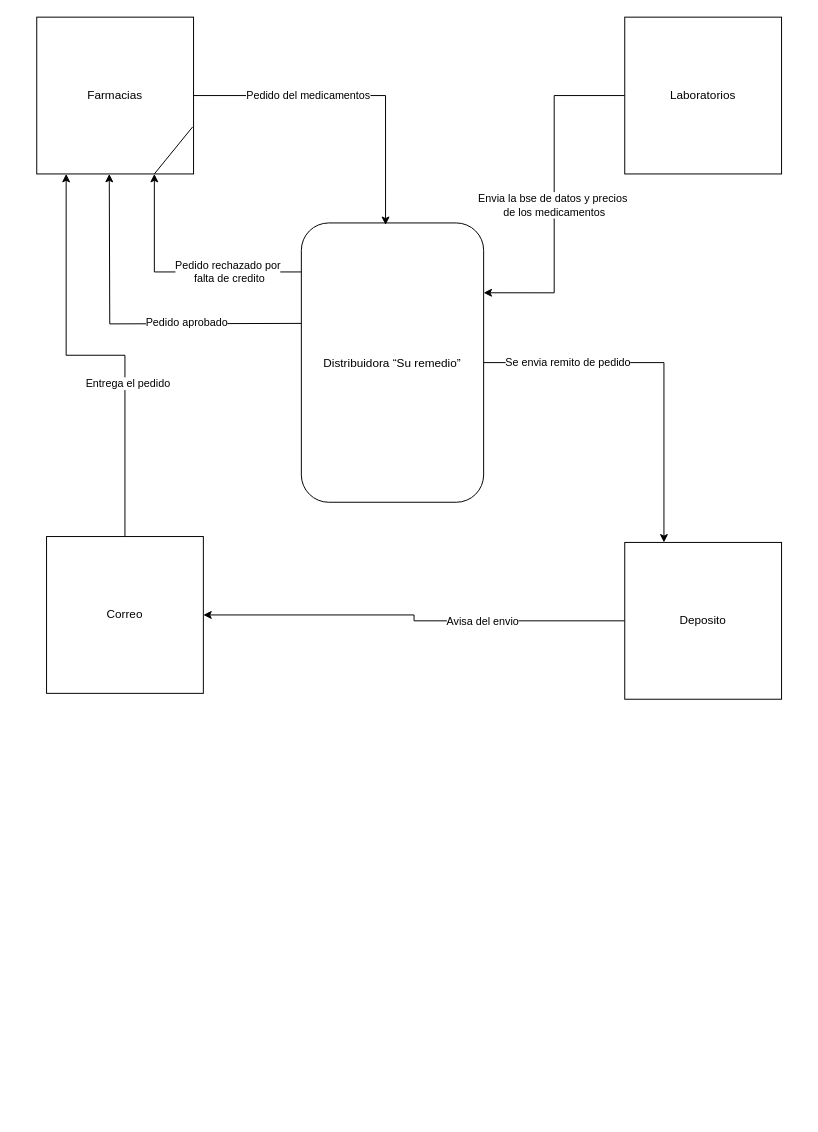
Before: Diagrama sin título.drawio in LucasDiBs/DFD, a draw.io diagram. Source tidied: cells renumbered, new cells numbered last; positions are measured from the earlier drawing's top-left corner, leaving out a move shared by most shapes. Both pictures are drawn from the tidied source at 98%, with x=0, y=0 at pixel (36, 17).
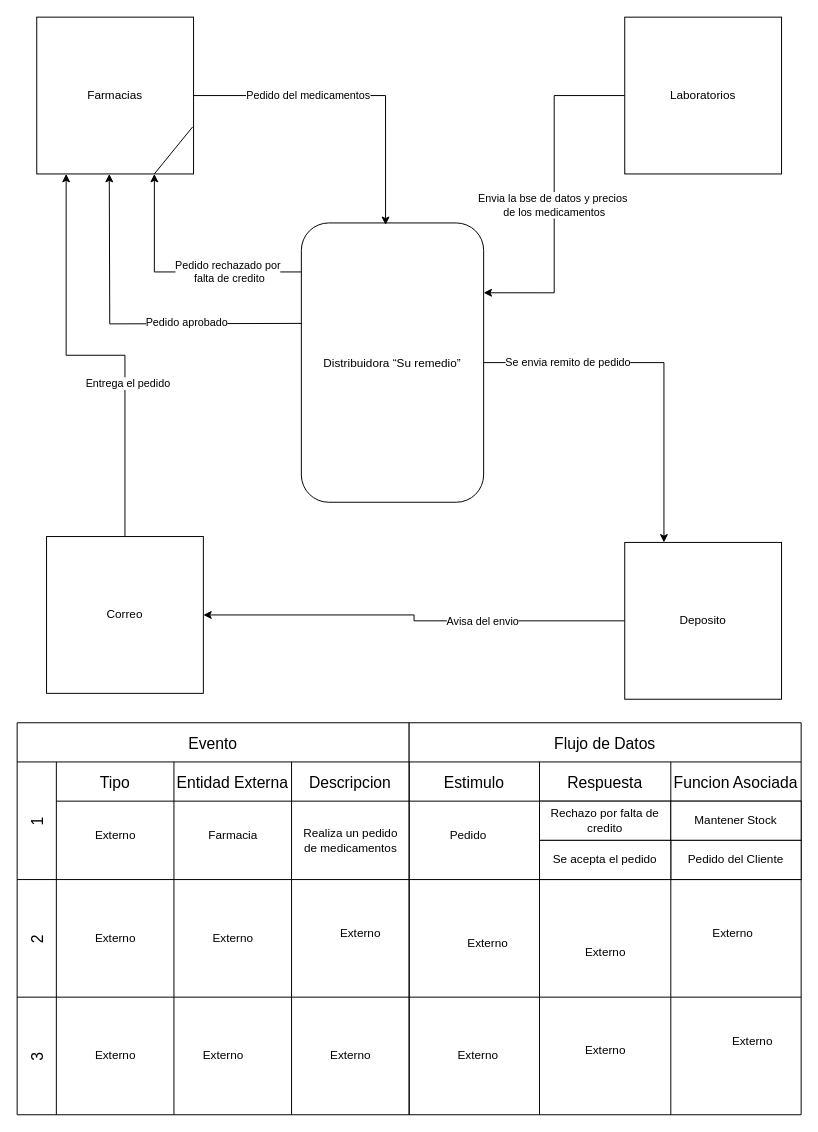
The same page after the edit.

What changed in the source:
```diff
@@
+    <mxCell id="23" value="Evento" style="shape=table;childLayout=tableLayout;startSize=40;fontSize=16;" parent="1" vertex="1">
+      <mxGeometry x="-20" y="720" width="400" height="400" as="geometry" />
+    </mxCell>
+    <mxCell id="24" value="1" style="shape=tableRow;horizontal=0;swimlaneHead=0;swimlaneBody=0;top=0;left=0;strokeColor=inherit;bottom=0;right=0;fontStyle=0;fillColor=none;startSize=40;fontSize=16;" parent="23" vertex="1">
+      <mxGeometry y="40" width="400" height="120" as="geometry" />
+    </mxCell>
+    <mxCell id="25" value="Tipo" style="swimlane;swimlaneHead=0;swimlaneBody=0;fontStyle=0;strokeColor=inherit;fillColor=none;startSize=40;fontSize=16;" parent="24" vertex="1">
+      <mxGeometry x="40" width="120" height="120" as="geometry" />
+    </mxCell>
+    <mxCell id="26" value="Externo" style="text;html=1;align=center;verticalAlign=middle;strokeColor=none;fillColor=none;" parent="25" vertex="1">
+      <mxGeometry x="30" y="60" width="60" height="30" as="geometry" />
+    </mxCell>
+    <mxCell id="27" value="Entidad Externa" style="swimlane;swimlaneHead=0;swimlaneBody=0;fontStyle=0;strokeColor=inherit;fillColor=none;startSize=40;fontSize=16;" parent="24" vertex="1">
+      <mxGeometry x="160" width="120" height="120" as="geometry" />
+    </mxCell>
+    <mxCell id="28" value="Farmacia" style="text;html=1;align=center;verticalAlign=middle;strokeColor=none;fillColor=none;" parent="27" vertex="1">
+      <mxGeometry x="25" y="60" width="70" height="30" as="geometry" />
+    </mxCell>
+    <mxCell id="29" value="Descripcion" style="swimlane;swimlaneHead=0;swimlaneBody=0;fontStyle=0;strokeColor=inherit;fillColor=none;startSize=40;fontSize=16;" parent="24" vertex="1">
+      <mxGeometry x="280" width="120" height="120" as="geometry" />
+    </mxCell>
+    <mxCell id="30" value="Realiza un pedido&lt;div&gt;de&amp;nbsp;&lt;span style=&quot;background-color: initial;&quot;&gt;medicamentos&lt;/span&gt;&lt;/div&gt;" style="text;html=1;align=center;verticalAlign=middle;strokeColor=none;fillColor=none;" parent="29" vertex="1">
+      <mxGeometry y="60" width="120" height="40" as="geometry" />
+    </mxCell>
+    <mxCell id="31" value="2" style="shape=tableRow;horizontal=0;swimlaneHead=0;swimlaneBody=0;top=0;left=0;strokeColor=inherit;bottom=0;right=0;fontStyle=0;fillColor=none;startSize=40;fontSize=16;" parent="23" vertex="1">
+      <mxGeometry y="160" width="400" height="120" as="geometry" />
+    </mxCell>
+    <mxCell id="32" style="swimlane;swimlaneHead=0;swimlaneBody=0;fontStyle=0;strokeColor=inherit;fillColor=none;startSize=0;fontSize=16;" parent="31" vertex="1">
+      <mxGeometry x="40" width="120" height="120" as="geometry" />
+    </mxCell>
+    <mxCell id="33" value="Externo" style="text;html=1;align=center;verticalAlign=middle;strokeColor=none;fillColor=none;" parent="32" vertex="1">
+      <mxGeometry x="30" y="45" width="60" height="30" as="geometry" />
+    </mxCell>
+    <mxCell id="34" style="swimlane;swimlaneHead=0;swimlaneBody=0;fontStyle=0;strokeColor=inherit;fillColor=none;startSize=0;fontSize=16;" parent="31" vertex="1">
+      <mxGeometry x="160" width="120" height="120" as="geometry" />
+    </mxCell>
+    <mxCell id="35" value="Externo" style="text;html=1;align=center;verticalAlign=middle;strokeColor=none;fillColor=none;" parent="34" vertex="1">
+      <mxGeometry x="30" y="45" width="60" height="30" as="geometry" />
+    </mxCell>
+    <mxCell id="36" style="swimlane;swimlaneHead=0;swimlaneBody=0;fontStyle=0;strokeColor=inherit;fillColor=none;startSize=0;fontSize=16;" parent="31" vertex="1">
+      <mxGeometry x="280" width="120" height="120" as="geometry" />
+    </mxCell>
+    <mxCell id="37" value="Externo" style="text;html=1;align=center;verticalAlign=middle;strokeColor=none;fillColor=none;" parent="36" vertex="1">
+      <mxGeometry x="40" y="40" width="60" height="30" as="geometry" />
+    </mxCell>
+    <mxCell id="38" value="3" style="shape=tableRow;horizontal=0;swimlaneHead=0;swimlaneBody=0;top=0;left=0;strokeColor=inherit;bottom=0;right=0;fontStyle=0;fillColor=none;startSize=40;fontSize=16;" parent="23" vertex="1">
+      <mxGeometry y="280" width="400" height="120" as="geometry" />
+    </mxCell>
+    <mxCell id="39" style="swimlane;swimlaneHead=0;swimlaneBody=0;fontStyle=0;strokeColor=inherit;fillColor=none;startSize=0;fontSize=16;" parent="38" vertex="1">
+      <mxGeometry x="40" width="120" height="120" as="geometry" />
+    </mxCell>
+    <mxCell id="40" value="Externo" style="text;html=1;align=center;verticalAlign=middle;strokeColor=none;fillColor=none;" parent="39" vertex="1">
+      <mxGeometry x="30" y="45" width="60" height="30" as="geometry" />
+    </mxCell>
+    <mxCell id="41" style="swimlane;swimlaneHead=0;swimlaneBody=0;fontStyle=0;strokeColor=inherit;fillColor=none;startSize=0;fontSize=16;" parent="38" vertex="1">
+      <mxGeometry x="160" width="120" height="120" as="geometry" />
+    </mxCell>
+    <mxCell id="42" value="Externo" style="text;html=1;align=center;verticalAlign=middle;strokeColor=none;fillColor=none;" parent="41" vertex="1">
+      <mxGeometry x="20" y="45" width="60" height="30" as="geometry" />
+    </mxCell>
+    <mxCell id="43" style="swimlane;swimlaneHead=0;swimlaneBody=0;fontStyle=0;strokeColor=inherit;fillColor=none;startSize=0;fontSize=16;" parent="38" vertex="1">
+      <mxGeometry x="280" width="120" height="120" as="geometry" />
+    </mxCell>
+    <mxCell id="44" value="Externo" style="text;html=1;align=center;verticalAlign=middle;strokeColor=none;fillColor=none;" parent="43" vertex="1">
+      <mxGeometry x="30" y="45" width="60" height="30" as="geometry" />
+    </mxCell>
+    <mxCell id="45" value="Flujo de Datos" style="shape=table;childLayout=tableLayout;startSize=40;fontSize=16;" parent="1" vertex="1">
+      <mxGeometry x="380" y="720" width="400" height="400" as="geometry" />
+    </mxCell>
+    <mxCell id="46" style="shape=tableRow;horizontal=0;swimlaneHead=0;swimlaneBody=0;top=0;left=0;strokeColor=inherit;bottom=0;right=0;fontStyle=0;fillColor=none;startSize=0;fontSize=16;" parent="45" vertex="1">
+      <mxGeometry y="40" width="400" height="120" as="geometry" />
+    </mxCell>
+    <mxCell id="47" value="Estimulo" style="swimlane;swimlaneHead=0;swimlaneBody=0;fontStyle=0;strokeColor=inherit;fillColor=none;startSize=40;fontSize=16;" parent="46" vertex="1">
+      <mxGeometry width="133" height="120" as="geometry" />
+    </mxCell>
+    <mxCell id="48" value="Pedido" style="text;html=1;align=center;verticalAlign=middle;strokeColor=none;fillColor=none;" parent="47" vertex="1">
+      <mxGeometry x="30" y="60" width="60" height="30" as="geometry" />
+    </mxCell>
+    <mxCell id="49" value="Respuesta" style="swimlane;swimlaneHead=0;swimlaneBody=0;fontStyle=0;strokeColor=inherit;fillColor=none;startSize=40;fontSize=16;" parent="46" vertex="1">
+      <mxGeometry x="133" width="134" height="120" as="geometry" />
+    </mxCell>
+    <mxCell id="50" value="Rechazo por falta de credito" style="whiteSpace=wrap;html=1;" parent="49" vertex="1">
+      <mxGeometry y="40" width="134" height="40" as="geometry" />
+    </mxCell>
+    <mxCell id="51" value="Funcion Asociada" style="swimlane;swimlaneHead=0;swimlaneBody=0;fontStyle=0;strokeColor=inherit;fillColor=none;startSize=40;fontSize=16;" parent="46" vertex="1">
+      <mxGeometry x="267" width="133" height="120" as="geometry" />
+    </mxCell>
+    <mxCell id="52" value="Mantener Stock" style="whiteSpace=wrap;html=1;" parent="51" vertex="1">
+      <mxGeometry y="40" width="133" height="40" as="geometry" />
+    </mxCell>
+    <mxCell id="53" value="Pedido del Cliente" style="whiteSpace=wrap;html=1;" parent="51" vertex="1">
+      <mxGeometry y="80" width="133" height="40" as="geometry" />
+    </mxCell>
+    <mxCell id="54" style="shape=tableRow;horizontal=0;swimlaneHead=0;swimlaneBody=0;top=0;left=0;strokeColor=inherit;bottom=0;right=0;fontStyle=0;fillColor=none;startSize=0;fontSize=16;" parent="45" vertex="1">
+      <mxGeometry y="160" width="400" height="120" as="geometry" />
+    </mxCell>
+    <mxCell id="55" style="swimlane;swimlaneHead=0;swimlaneBody=0;fontStyle=0;strokeColor=inherit;fillColor=none;startSize=0;fontSize=16;" parent="54" vertex="1">
+      <mxGeometry width="133" height="120" as="geometry" />
+    </mxCell>
+    <mxCell id="56" value="Externo" style="text;html=1;align=center;verticalAlign=middle;strokeColor=none;fillColor=none;" parent="55" vertex="1">
+      <mxGeometry x="50" y="50" width="60" height="30" as="geometry" />
+    </mxCell>
+    <mxCell id="57" style="swimlane;swimlaneHead=0;swimlaneBody=0;fontStyle=0;strokeColor=inherit;fillColor=none;startSize=0;fontSize=16;" parent="54" vertex="1">
+      <mxGeometry x="133" width="134" height="120" as="geometry" />
+    </mxCell>
+    <mxCell id="58" value="Externo" style="text;html=1;align=center;verticalAlign=middle;strokeColor=none;fillColor=none;" parent="57" vertex="1">
+      <mxGeometry x="37" y="60" width="60" height="30" as="geometry" />
+    </mxCell>
+    <mxCell id="59" style="swimlane;swimlaneHead=0;swimlaneBody=0;fontStyle=0;strokeColor=inherit;fillColor=none;startSize=0;fontSize=16;" parent="54" vertex="1">
+      <mxGeometry x="267" width="133" height="120" as="geometry" />
+    </mxCell>
+    <mxCell id="60" value="Externo" style="text;html=1;align=center;verticalAlign=middle;strokeColor=none;fillColor=none;" parent="59" vertex="1">
+      <mxGeometry x="33" y="40" width="60" height="30" as="geometry" />
+    </mxCell>
+    <mxCell id="61" style="shape=tableRow;horizontal=0;swimlaneHead=0;swimlaneBody=0;top=0;left=0;strokeColor=inherit;bottom=0;right=0;fontStyle=0;fillColor=none;startSize=0;fontSize=16;" parent="45" vertex="1">
+      <mxGeometry y="280" width="400" height="120" as="geometry" />
+    </mxCell>
+    <mxCell id="62" style="swimlane;swimlaneHead=0;swimlaneBody=0;fontStyle=0;strokeColor=inherit;fillColor=none;startSize=0;fontSize=16;" parent="61" vertex="1">
+      <mxGeometry width="133" height="120" as="geometry" />
+    </mxCell>
+    <mxCell id="63" value="Externo" style="text;html=1;align=center;verticalAlign=middle;strokeColor=none;fillColor=none;" parent="62" vertex="1">
+      <mxGeometry x="40" y="45" width="60" height="30" as="geometry" />
+    </mxCell>
+    <mxCell id="64" style="swimlane;swimlaneHead=0;swimlaneBody=0;fontStyle=0;strokeColor=inherit;fillColor=none;startSize=0;fontSize=16;" parent="61" vertex="1">
+      <mxGeometry x="133" width="134" height="120" as="geometry" />
+    </mxCell>
+    <mxCell id="65" value="Externo" style="text;html=1;align=center;verticalAlign=middle;strokeColor=none;fillColor=none;" parent="64" vertex="1">
+      <mxGeometry x="37" y="40" width="60" height="30" as="geometry" />
+    </mxCell>
+    <mxCell id="66" style="swimlane;swimlaneHead=0;swimlaneBody=0;fontStyle=0;strokeColor=inherit;fillColor=none;startSize=0;fontSize=16;" parent="61" vertex="1">
+      <mxGeometry x="267" width="133" height="120" as="geometry" />
+    </mxCell>
+    <mxCell id="67" value="Externo" style="text;html=1;align=center;verticalAlign=middle;strokeColor=none;fillColor=none;" parent="66" vertex="1">
+      <mxGeometry x="53" y="30" width="60" height="30" as="geometry" />
+    </mxCell>
+    <mxCell id="68" value="Se acepta el pedido" style="whiteSpace=wrap;html=1;" parent="1" vertex="1">
+      <mxGeometry x="513" y="840" width="134" height="40" as="geometry" />
+    </mxCell>
```
